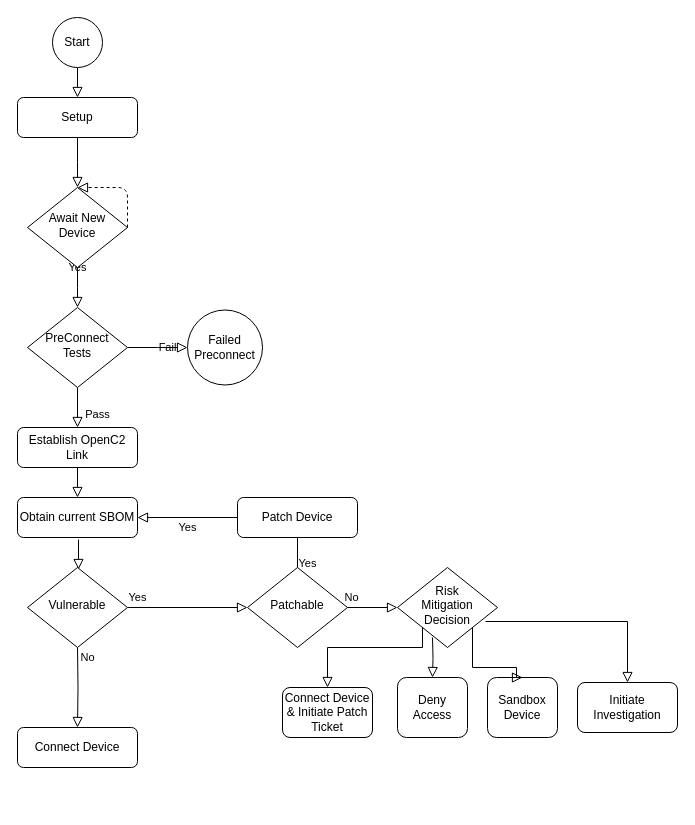
Earlier version of the draw.io diagram SBOM-PoC/sFractalScenarios/sFractal.cacao.1.drawio (oasis-tcs/openc2-usecases). Source tidied: cells renumbered, new cells numbered last; positions are measured from the earlier drawing's top-left corner, leaving out a move shared by most shapes. Both pictures are drawn from the tidied source at 100%, with x=0, y=0 at pixel (17, 17).
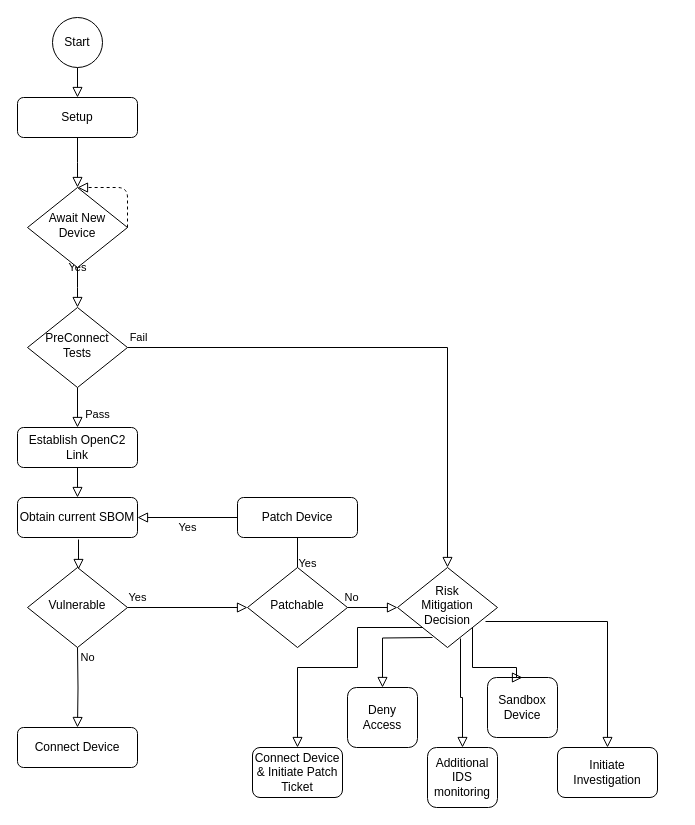
Above is the later version.

The change refers to these unchanged cells:
```xml
<mxCell id="8" value="PreConnect Tests" style="rhombus;whiteSpace=wrap;html=1;shadow=0;fontFamily=Helvetica;fontSize=12;align=center;strokeWidth=1;spacing=6;spacingTop=-4;" parent="1" vertex="1">
  <mxGeometry x="10" y="290" width="100" height="80" as="geometry" />
</mxCell>
<mxCell id="26" value="Risk&lt;br&gt;Mitigation&lt;br&gt;Decision" style="rhombus;whiteSpace=wrap;html=1;shadow=0;fontFamily=Helvetica;fontSize=12;align=center;strokeWidth=1;spacing=6;spacingTop=-4;" parent="1" vertex="1">
  <mxGeometry x="380" y="550" width="100" height="80" as="geometry" />
</mxCell>
```

What changed in the source:
```diff
@@
-    <mxCell id="7" value="Fail" style="edgeStyle=orthogonalEdgeStyle;rounded=0;html=1;jettySize=auto;fontSize=11;endArrow=block;endFill=0;endSize=8;strokeWidth=1;shadow=0;labelBackgroundColor=none;entryX=0;entryY=0.5;entryDx=0;entryDy=0;exitX=1;exitY=0.5;exitDx=0;exitDy=0;" parent="1" edge="1" source="8">
-      <mxGeometry y="10" relative="1" as="geometry">
-        <mxPoint x="170" y="330" as="targetPoint" />
-      </mxGeometry>
+    <mxCell id="7" value="Fail" style="edgeStyle=orthogonalEdgeStyle;rounded=0;html=1;jettySize=auto;fontSize=11;endArrow=block;endFill=0;endSize=8;strokeWidth=1;shadow=0;labelBackgroundColor=none;entryX=0.5;entryY=0;entryDx=0;entryDy=0;exitX=1;exitY=0.5;exitDx=0;exitDy=0;" parent="1" edge="1" source="8" target="26">
+      <mxGeometry x="-0.96" y="10" relative="1" as="geometry" />
     </mxCell>
@@
-    <mxCell id="13" value="Failed Preconnect" style="ellipse;whiteSpace=wrap;html=1;" parent="1" vertex="1">
-      <mxGeometry x="170" y="292.5" width="75" height="75" as="geometry" />
-    </mxCell>
@@
     <mxCell id="27" value="Initiate Investigation" style="rounded=1;whiteSpace=wrap;html=1;fontSize=12;glass=0;strokeWidth=1;shadow=0;" parent="1" vertex="1">
-      <mxGeometry x="560" y="665" width="100" height="50" as="geometry" />
+      <mxGeometry x="540" y="730" width="100" height="50" as="geometry" />
     </mxCell>
@@
     <mxCell id="29" value="Connect Device &amp;amp; Initiate Patch Ticket" style="rounded=1;whiteSpace=wrap;html=1;fontSize=12;glass=0;strokeWidth=1;shadow=0;" parent="1" vertex="1">
-      <mxGeometry x="265" y="670" width="90" height="50" as="geometry" />
+      <mxGeometry x="235" y="730" width="90" height="50" as="geometry" />
     </mxCell>
     <mxCell id="30" value="Deny&lt;br&gt;Access" style="rounded=1;whiteSpace=wrap;html=1;fontSize=12;glass=0;strokeWidth=1;shadow=0;" parent="1" vertex="1">
-      <mxGeometry x="380" y="660" width="70" height="60" as="geometry" />
+      <mxGeometry x="330" y="670" width="70" height="60" as="geometry" />
     </mxCell>
-    <mxCell id="31" value="&amp;nbsp;" style="rounded=0;html=1;jettySize=auto;fontSize=11;endArrow=block;endFill=0;endSize=8;strokeWidth=1;shadow=0;labelBackgroundColor=none;edgeStyle=orthogonalEdgeStyle;exitX=0;exitY=1;exitDx=0;exitDy=0;entryX=0.5;entryY=0;entryDx=0;entryDy=0;" parent="1" edge="1" source="26" target="29">
+    <mxCell id="31" value="&amp;nbsp;" style="rounded=0;html=1;jettySize=auto;fontSize=11;endArrow=block;endFill=0;endSize=8;strokeWidth=1;shadow=0;labelBackgroundColor=none;edgeStyle=orthogonalEdgeStyle;entryX=0.5;entryY=0;entryDx=0;entryDy=0;exitX=0;exitY=1;exitDx=0;exitDy=0;" parent="1" edge="1" source="26" target="29">
       <mxGeometry x="0.33" y="20" relative="1" as="geometry">
         <Array as="points">
-          <mxPoint x="405" y="630" />
-          <mxPoint x="310" y="630" />
+          <mxPoint x="340" y="610" />
+          <mxPoint x="340" y="650" />
+          <mxPoint x="280" y="650" />
         </Array>
       </mxGeometry>
     </mxCell>
@@
+    <mxCell id="35" value="Additional IDS monitoring" style="rounded=1;whiteSpace=wrap;html=1;fontSize=12;glass=0;strokeWidth=1;shadow=0;" parent="1" vertex="1">
+      <mxGeometry x="410" y="730" width="70" height="60" as="geometry" />
+    </mxCell>
+    <mxCell id="36" value="&amp;nbsp;" style="rounded=0;html=1;jettySize=auto;fontSize=11;endArrow=block;endFill=0;endSize=8;strokeWidth=1;shadow=0;labelBackgroundColor=none;edgeStyle=orthogonalEdgeStyle;exitX=0.63;exitY=0.888;exitDx=0;exitDy=0;entryX=0.5;entryY=0;entryDx=0;entryDy=0;exitPerimeter=0;" parent="1" edge="1" source="26" target="35">
+      <mxGeometry x="0.33" y="20" relative="1" as="geometry" />
+    </mxCell>
```
